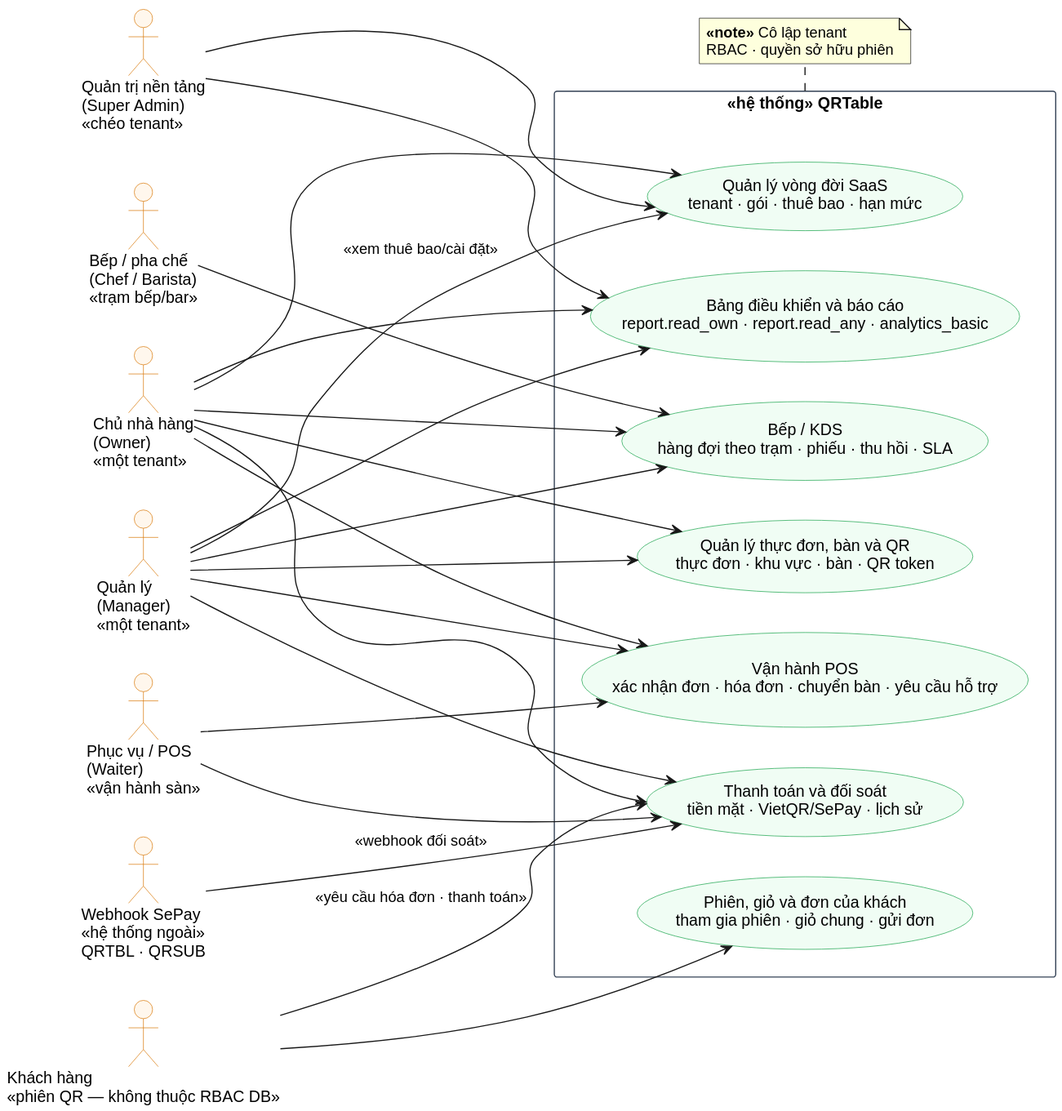
The PlantUML diagram docs/graduation-thesis-resources/thesis-report/assets/figures/chapter3-actor-use-case-overview.svg in quan-vo-dinh/saas-pos-microservices-qrtable, before a commit.
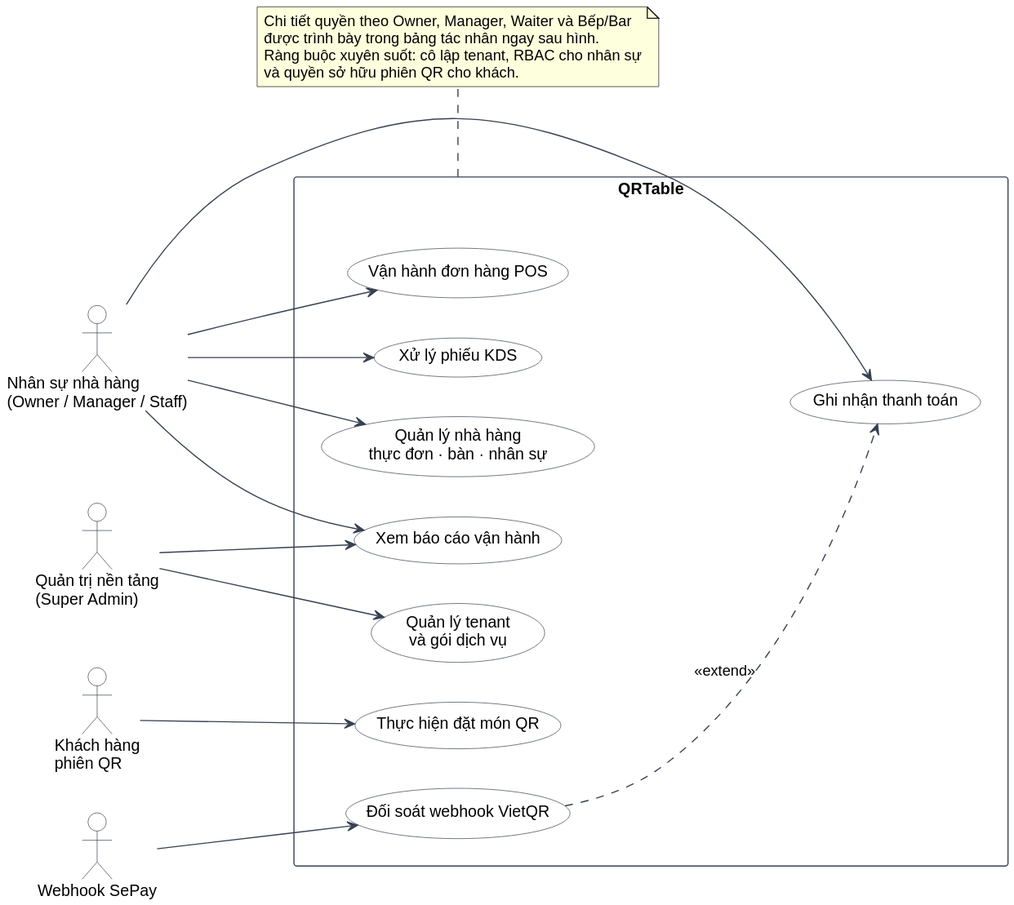
After the change.

Diff of the diagram source:
```diff
@@ -1,72 +1,59 @@
 @startuml
-
+skinparam backgroundColor #FFFFFF
 skinparam shadowing false
-skinparam backgroundColor white
 skinparam defaultFontName Arial
-skinparam packageStyle rectangle
+skinparam handwritten false
 skinparam usecase {
-  BackgroundColor #f0fdf4
-  BorderColor #16a34a
+  BackgroundColor white
+  BorderColor #374151
 }
 skinparam actor {
-  BackgroundColor #fff7ed
-  BorderColor #d97706
+  BackgroundColor white
+  BorderColor #374151
 }
 skinparam rectangle {
-  BorderColor #334155
-  FontStyle bold
+  BackgroundColor white
+  BorderColor #374151
 }
+skinparam ArrowColor #374151
 
 left to right direction
 
-actor "Quản trị nền tảng\n(Super Admin)\n<<chéo tenant>>" as SuperAdmin
-actor "Chủ nhà hàng\n(Owner)\n<<một tenant>>" as Owner
-actor "Quản lý\n(Manager)\n<<một tenant>>" as Manager
-actor "Phục vụ / POS\n(Waiter)\n<<vận hành sàn>>" as Waiter
-actor "Bếp / pha chế\n(Chef / Barista)\n<<trạm bếp/bar>>" as KitchenStaff
+actor "Quản trị nền tảng\n(Super Admin)" as SuperAdmin
+actor "Nhân sự nhà hàng\n(Owner / Manager / Staff)" as Staff
+actor "Khách hàng\nphiên QR" as Customer
+actor "Webhook SePay" as PaymentWebhook
 
-rectangle "«hệ thống» QRTable" as QRTable {
-  usecase "Quản lý vòng đời SaaS\ntenant · gói · thuê bao · hạn mức" as UC_Platform
-  usecase "Bảng điều khiển và báo cáo\nreport.read_own · report.read_any · analytics_basic" as UC_Reporting
-  usecase "Quản lý thực đơn, bàn và QR\nthực đơn · khu vực · bàn · QR token" as UC_Catalog
-  usecase "Vận hành POS\nxác nhận đơn · hóa đơn · chuyển bàn · yêu cầu hỗ trợ" as UC_Pos
-  usecase "Bếp / KDS\nhàng đợi theo trạm · phiếu · thu hồi · SLA" as UC_Kds
-  usecase "Thanh toán và đối soát\ntiền mặt · VietQR/SePay · lịch sử" as UC_Payment
-  usecase "Phiên, giỏ và đơn của khách\ntham gia phiên · giỏ chung · gửi đơn" as UC_Ordering
+rectangle "QRTable" as QRTable {
+  usecase "Quản lý tenant\nvà gói dịch vụ" as UC_Platform
+  usecase "Quản lý nhà hàng\nthực đơn · bàn · nhân sự" as UC_Restaurant
+  usecase "Thực hiện đặt món QR" as UC_QROrdering
+  usecase "Vận hành đơn hàng POS" as UC_POS
+  usecase "Xử lý phiếu KDS" as UC_KDS
+  usecase "Ghi nhận thanh toán" as UC_Payment
+  usecase "Đối soát webhook VietQR" as UC_Reconcile
+  usecase "Xem báo cáo vận hành" as UC_Report
 }
 
-actor "Khách hàng\n<<phiên QR — không thuộc RBAC DB>>" as Customer
-actor "Webhook SePay\n<<hệ thống ngoài>>\nQRTBL · QRSUB" as Sepay
+SuperAdmin --> UC_Platform
+SuperAdmin --> UC_Report
 
-SuperAdmin --> UC_Platform
-SuperAdmin --> UC_Reporting
+Staff --> UC_Restaurant
+Staff --> UC_POS
+Staff --> UC_KDS
+Staff --> UC_Payment
+Staff --> UC_Report
 
-Owner --> UC_Platform
-Owner --> UC_Catalog
-Owner --> UC_Pos
-Owner --> UC_Kds
-Owner --> UC_Payment
-Owner --> UC_Reporting
+Customer --> UC_QROrdering
 
-Manager --> UC_Platform : <<xem thuê bao/cài đặt>>
-Manager --> UC_Catalog
-Manager --> UC_Pos
-Manager --> UC_Kds
-Manager --> UC_Payment
-Manager --> UC_Reporting
+PaymentWebhook --> UC_Reconcile
 
-Waiter --> UC_Pos
-Waiter --> UC_Payment
-
-KitchenStaff --> UC_Kds
-
-Customer --> UC_Ordering
-Customer --> UC_Payment : <<yêu cầu hóa đơn · thanh toán>>
-
-Sepay --> UC_Payment : <<webhook đối soát>>
+UC_Reconcile ..> UC_Payment : <<extend>>
 
 note bottom of QRTable
-  **«note»** Cô lập tenant
-  RBAC · quyền sở hữu phiên
+Chi tiết quyền theo Owner, Manager, Waiter và Bếp/Bar
+được trình bày trong bảng tác nhân ngay sau hình.
+Ràng buộc xuyên suốt: cô lập tenant, RBAC cho nhân sự
+và quyền sở hữu phiên QR cho khách.
 end note
 @enduml
```
